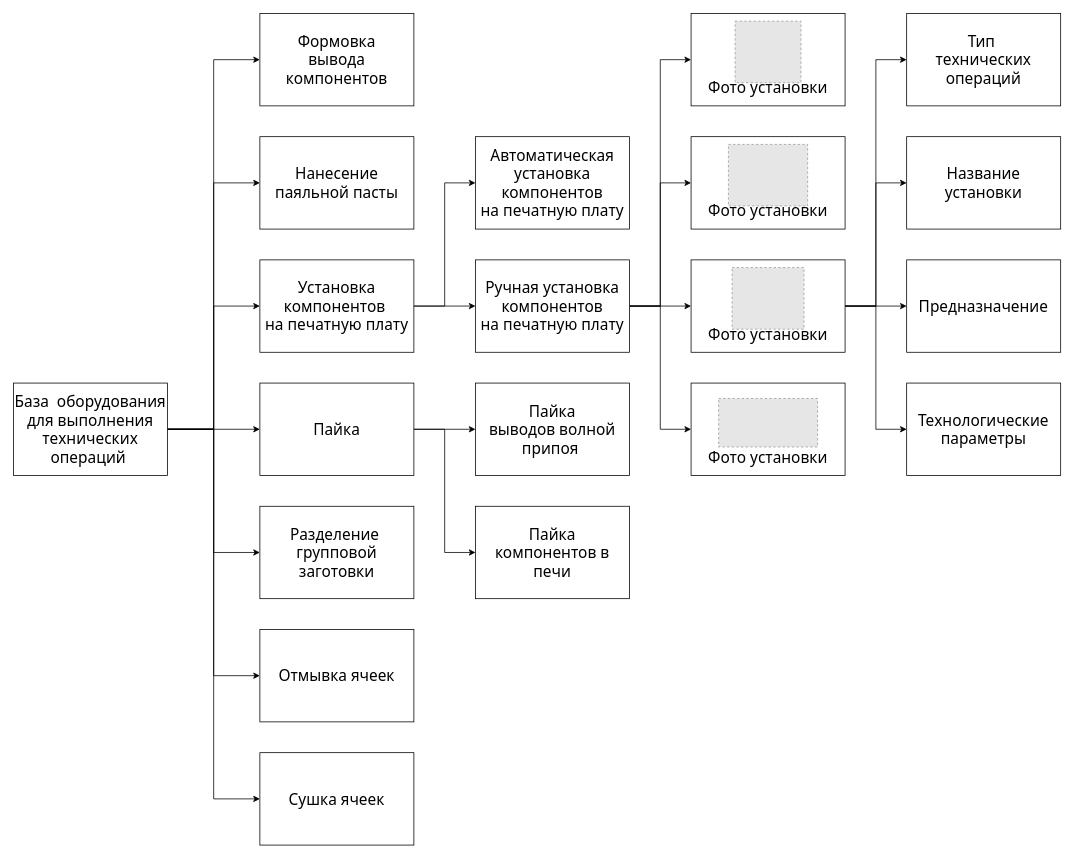
This is Unititle 1.drawio from khanhbg339/Myproject, a draw.io file, before an edit. Source tidied: cells renumbered, new cells numbered last; positions are measured from the earlier drawing's top-left corner, leaving out a move shared by most shapes. Both pictures are drawn from the tidied source at 77%, with x=0, y=0 at pixel (13, 13). Pictures stored in the file or linked from it are replaced by grey dashed boxes.
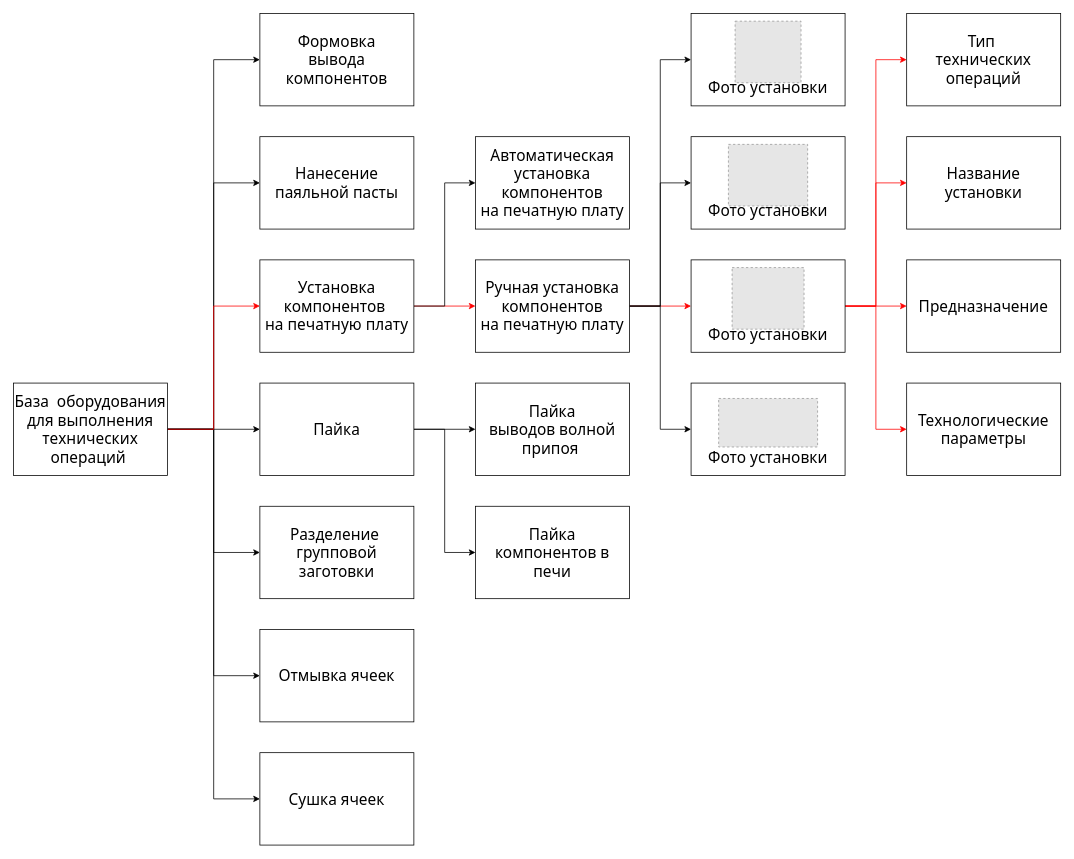
Above is the later version.

Unchanged cells that the change refers to:
```xml
<mxCell id="9" value="&lt;font face=&quot;Tahoma&quot; style=&quot;font-size: 20px;&quot;&gt;База&amp;nbsp; оборудования &lt;br style=&quot;font-size: 20px;&quot;&gt;для выполнения технических операций&amp;nbsp;&lt;/font&gt;" style="rounded=0;whiteSpace=wrap;html=1;fontSize=20;" parent="1" vertex="1">
  <mxGeometry y="480" width="200" height="120" as="geometry" />
</mxCell>
<mxCell id="13" value="Установка &lt;br style=&quot;font-size: 20px;&quot;&gt;компонентов&amp;nbsp;&lt;br style=&quot;font-size: 20px;&quot;&gt;на печатную плату" style="rounded=0;whiteSpace=wrap;html=1;fontFamily=Tahoma;fontSize=20;" parent="1" vertex="1">
  <mxGeometry x="320" y="320" width="200" height="120" as="geometry" />
</mxCell>
<mxCell id="26" value="Ручная установка&lt;br style=&quot;font-size: 20px;&quot;&gt;компонентов&lt;br style=&quot;font-size: 20px;&quot;&gt;на печатную плату" style="rounded=0;whiteSpace=wrap;html=1;fontFamily=Tahoma;fontSize=20;" parent="1" vertex="1">
  <mxGeometry x="600" y="320" width="200" height="120" as="geometry" />
</mxCell>
<mxCell id="30" value="Тип&amp;nbsp;&lt;br&gt;технических операций" style="rounded=0;whiteSpace=wrap;html=1;fontFamily=Tahoma;fontSize=20;" parent="1" vertex="1">
  <mxGeometry x="1160" width="200" height="120" as="geometry" />
</mxCell>
<mxCell id="31" value="Название&lt;br&gt;установки" style="rounded=0;whiteSpace=wrap;html=1;fontFamily=Tahoma;fontSize=20;" parent="1" vertex="1">
  <mxGeometry x="1160" y="160" width="200" height="120" as="geometry" />
</mxCell>
<mxCell id="32" value="Предназначение" style="rounded=0;whiteSpace=wrap;html=1;fontFamily=Tahoma;fontSize=20;" parent="1" vertex="1">
  <mxGeometry x="1160" y="320" width="200" height="120" as="geometry" />
</mxCell>
<mxCell id="33" value="Технологические&lt;br&gt;параметры" style="rounded=0;whiteSpace=wrap;html=1;fontFamily=Tahoma;fontSize=20;" parent="1" vertex="1">
  <mxGeometry x="1160" y="480" width="200" height="120" as="geometry" />
</mxCell>
<mxCell id="40" value="&lt;br style=&quot;font-size: 20px;&quot;&gt;&lt;br style=&quot;font-size: 20px;&quot;&gt;&lt;br style=&quot;font-size: 20px;&quot;&gt;Фото установки" style="rounded=0;whiteSpace=wrap;html=1;fontFamily=Tahoma;fontSize=20;" parent="1" vertex="1">
  <mxGeometry x="880" y="320" width="200" height="120" as="geometry" />
</mxCell>
```

What changed in the source:
```diff
@@
-    <mxCell id="8" style="edgeStyle=orthogonalEdgeStyle;rounded=0;jettySize=auto;html=1;exitX=1;exitY=0.5;exitDx=0;exitDy=0;entryX=0;entryY=0.5;entryDx=0;entryDy=0;" parent="1" edge="1" source="9" target="13">
+    <mxCell id="8" style="edgeStyle=orthogonalEdgeStyle;rounded=0;jettySize=auto;html=1;exitX=1;exitY=0.5;exitDx=0;exitDy=0;entryX=0;entryY=0.5;entryDx=0;entryDy=0;strokeColor=#FF0000;" parent="1" edge="1" source="9" target="13">
       <mxGeometry relative="1" as="geometry" />
     </mxCell>
@@
-    <mxCell id="11" style="edgeStyle=orthogonalEdgeStyle;rounded=0;jettySize=auto;html=1;exitX=1;exitY=0.5;exitDx=0;exitDy=0;entryX=0;entryY=0.5;entryDx=0;entryDy=0;" parent="1" edge="1" source="13" target="26">
+    <mxCell id="11" style="edgeStyle=orthogonalEdgeStyle;rounded=0;jettySize=auto;html=1;exitX=1;exitY=0.5;exitDx=0;exitDy=0;entryX=0;entryY=0.5;entryDx=0;entryDy=0;strokeColor=#FF0000;" parent="1" edge="1" source="13" target="26">
       <mxGeometry relative="1" as="geometry" />
     </mxCell>
@@
-    <mxCell id="22" style="edgeStyle=orthogonalEdgeStyle;rounded=0;jettySize=auto;html=1;exitX=1;exitY=0.5;exitDx=0;exitDy=0;entryX=0;entryY=0.5;entryDx=0;entryDy=0;" parent="1" edge="1" source="26" target="40">
+    <mxCell id="22" style="edgeStyle=orthogonalEdgeStyle;rounded=0;jettySize=auto;html=1;exitX=1;exitY=0.5;exitDx=0;exitDy=0;entryX=0;entryY=0.5;entryDx=0;entryDy=0;strokeColor=#FF0000;" parent="1" edge="1" source="26" target="40">
       <mxGeometry relative="1" as="geometry" />
     </mxCell>
@@
-    <mxCell id="36" style="edgeStyle=orthogonalEdgeStyle;rounded=0;jettySize=auto;html=1;exitX=1;exitY=0.5;exitDx=0;exitDy=0;entryX=0;entryY=0.5;entryDx=0;entryDy=0;" parent="1" edge="1" source="40" target="32">
+    <mxCell id="36" style="edgeStyle=orthogonalEdgeStyle;rounded=0;jettySize=auto;html=1;exitX=1;exitY=0.5;exitDx=0;exitDy=0;entryX=0;entryY=0.5;entryDx=0;entryDy=0;strokeColor=#FF0000;" parent="1" edge="1" source="40" target="32">
       <mxGeometry relative="1" as="geometry" />
     </mxCell>
-    <mxCell id="37" style="edgeStyle=orthogonalEdgeStyle;rounded=0;jettySize=auto;html=1;exitX=1;exitY=0.5;exitDx=0;exitDy=0;entryX=0;entryY=0.5;entryDx=0;entryDy=0;" parent="1" edge="1" source="40" target="31">
+    <mxCell id="37" style="edgeStyle=orthogonalEdgeStyle;rounded=0;jettySize=auto;html=1;exitX=1;exitY=0.5;exitDx=0;exitDy=0;entryX=0;entryY=0.5;entryDx=0;entryDy=0;strokeColor=#FF0000;" parent="1" edge="1" source="40" target="31">
       <mxGeometry relative="1" as="geometry" />
     </mxCell>
-    <mxCell id="38" style="edgeStyle=orthogonalEdgeStyle;rounded=0;jettySize=auto;html=1;exitX=1;exitY=0.5;exitDx=0;exitDy=0;entryX=0;entryY=0.5;entryDx=0;entryDy=0;" parent="1" edge="1" source="40" target="33">
+    <mxCell id="38" style="edgeStyle=orthogonalEdgeStyle;rounded=0;jettySize=auto;html=1;exitX=1;exitY=0.5;exitDx=0;exitDy=0;entryX=0;entryY=0.5;entryDx=0;entryDy=0;strokeColor=#FF0000;" parent="1" edge="1" source="40" target="33">
       <mxGeometry relative="1" as="geometry" />
     </mxCell>
-    <mxCell id="39" style="edgeStyle=orthogonalEdgeStyle;rounded=0;jettySize=auto;html=1;exitX=1;exitY=0.5;exitDx=0;exitDy=0;entryX=0;entryY=0.5;entryDx=0;entryDy=0;" parent="1" edge="1" source="40" target="30">
+    <mxCell id="39" style="edgeStyle=orthogonalEdgeStyle;rounded=0;jettySize=auto;html=1;exitX=1;exitY=0.5;exitDx=0;exitDy=0;entryX=0;entryY=0.5;entryDx=0;entryDy=0;strokeColor=#FF0000;" parent="1" edge="1" source="40" target="30">
       <mxGeometry relative="1" as="geometry" />
     </mxCell>
```
